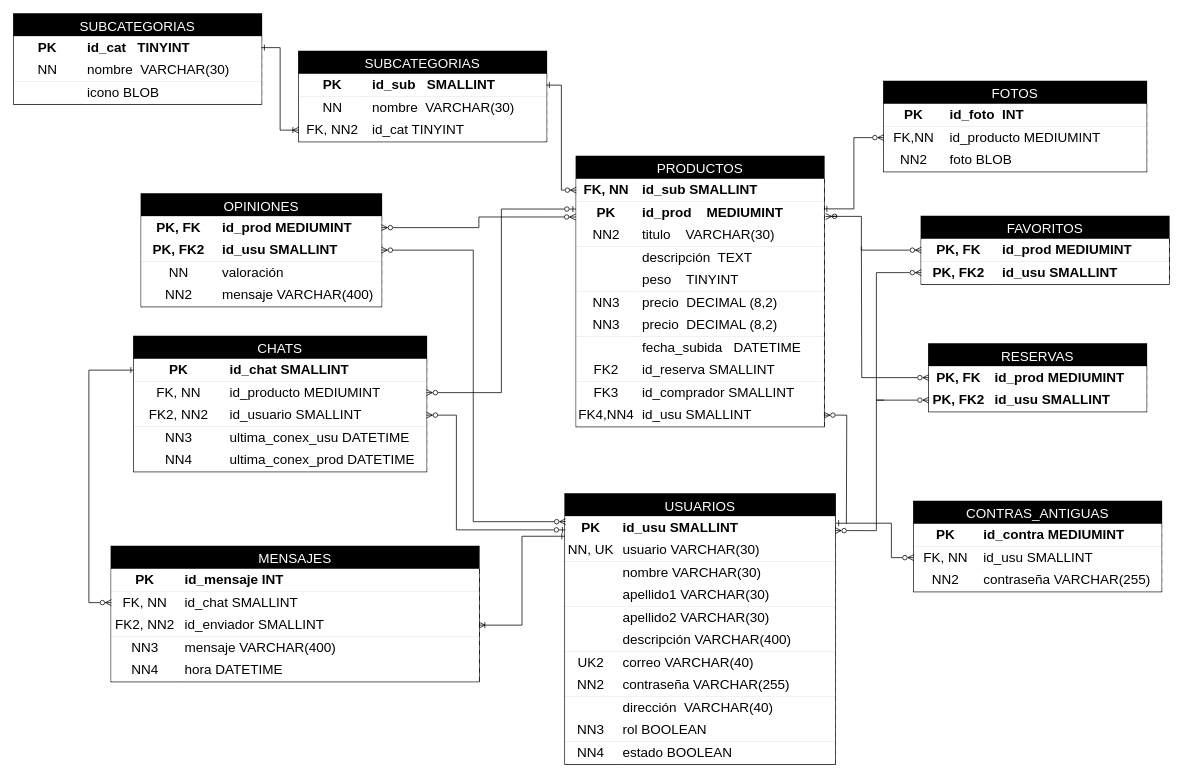
Above: BASE_DATOS/Relacional/WebMart_REL.drawio in Javier0703/APP-WebMart (draw.io), before the change. Source tidied: cells renumbered, new cells numbered last; positions are measured from the earlier drawing's top-left corner, leaving out a move shared by most shapes. Both pictures are drawn from the tidied source at 75%, with x=0, y=0 at pixel (14, 14).
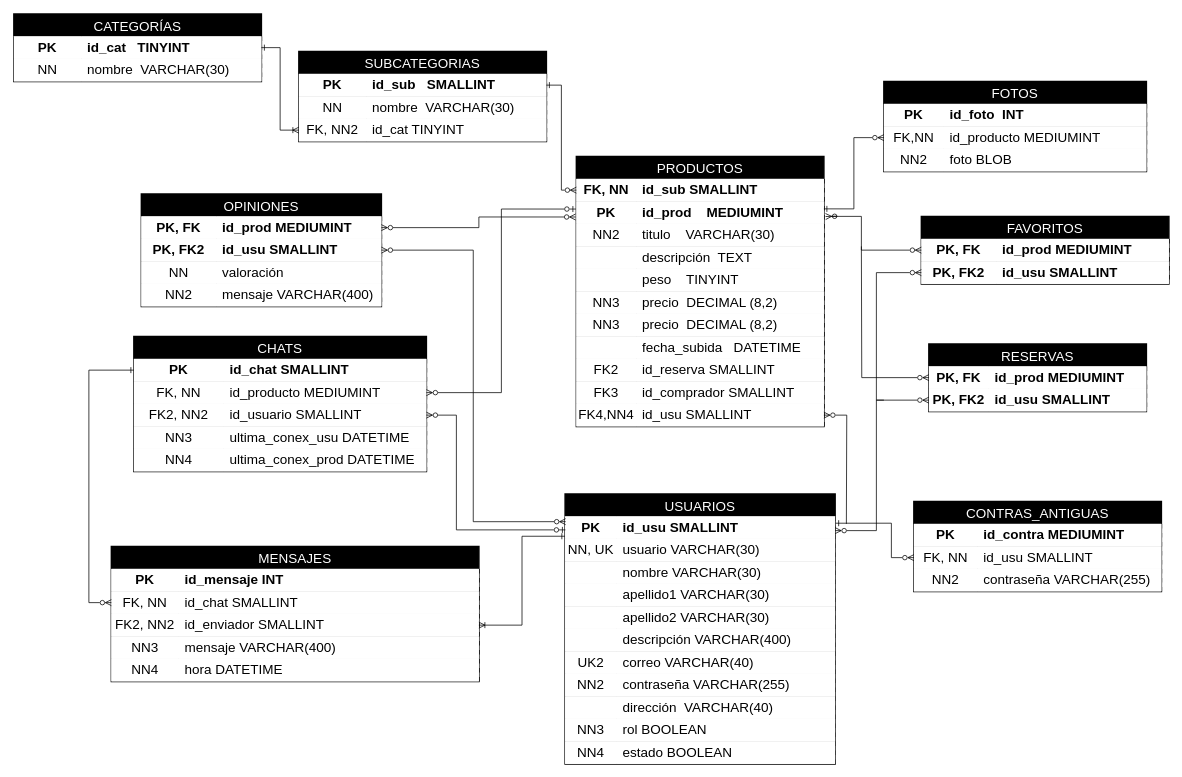
Above is the later version.

Diff of the diagram source:
```diff
@@
-    <mxCell id="173" value="SUBCATEGORIAS" style="shape=table;startSize=30;childLayout=tableLayout;rowLines=1;fontStyle=0;fontSize=18;separatorColor=#000000;fillColor=#000000;fontColor=#FFFFFF;strokeWidth=2;perimeterSpacing=1;" parent="1" vertex="1">
-      <mxGeometry width="330" height="120" as="geometry" />
+    <mxCell id="173" value="CATEGORÍAS" style="shape=table;startSize=30;childLayout=tableLayout;rowLines=1;fontStyle=0;fontSize=18;separatorColor=#000000;fillColor=#000000;fontColor=#FFFFFF;strokeWidth=2;perimeterSpacing=1;" parent="1" vertex="1">
+      <mxGeometry width="330" height="90" as="geometry" />
     </mxCell>
@@
-    <mxCell id="180" style="shape=tableRow;horizontal=0;startSize=0;swimlaneHead=0;swimlaneBody=0;top=0;left=0;bottom=0;right=0;fontSize=18;" parent="173" vertex="1">
-      <mxGeometry y="90" width="330" height="30" as="geometry" />
-    </mxCell>
-    <mxCell id="181" style="shape=partialRectangle;html=1;whiteSpace=wrap;top=0;left=0;bottom=0;right=0;overflow=hidden;fontSize=18;" parent="180" vertex="1">
-      <mxGeometry width="90" height="30" as="geometry" />
-    </mxCell>
-    <mxCell id="182" value="icono BLOB" style="shape=partialRectangle;html=1;whiteSpace=wrap;top=0;left=0;bottom=0;right=0;align=left;spacingLeft=6;overflow=hidden;fontSize=18;" parent="180" vertex="1">
-      <mxGeometry x="90" width="240" height="30" as="geometry" />
-    </mxCell>
```
